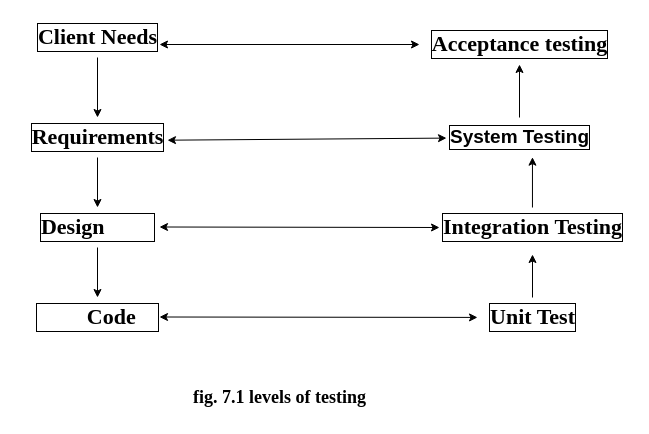
Above: fig7.1.drawio in bhatkt71/campus (draw.io), before the change. Source tidied: cells renumbered, new cells numbered last; positions are measured from the earlier drawing's top-left corner, leaving out a move shared by most shapes. Both pictures are drawn from the tidied source at 100%, with x=0, y=0 at pixel (17, 17).
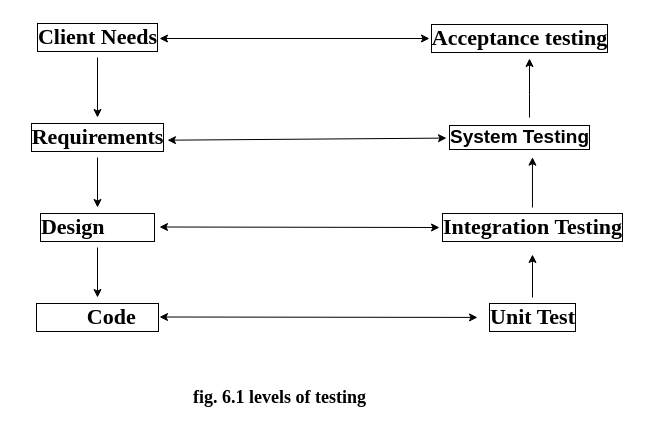
The same page after the edit.

The change refers to these unchanged cells:
```xml
<mxCell id="15" value="&lt;span style=&quot;font-size: 19px;&quot;&gt;&lt;font style=&quot;font-size: 19px;&quot;&gt;System Testing&lt;/font&gt;&lt;/span&gt;" style="text;html=1;align=center;verticalAlign=middle;points=[];strokeColor=none;fillColor=none;labelBorderColor=default;labelBackgroundColor=none;fontSize=19;fontStyle=1;" parent="1" vertex="1">
  <mxGeometry x="422" y="100" width="160" height="40" as="geometry" />
</mxCell>
```

What changed in the source:
```diff
@@
     <mxCell id="4" value="Acceptance testing" style="text;html=1;align=center;verticalAlign=middle;points=[];strokeColor=none;fillColor=none;fontStyle=1;fontFamily=Times New Roman;labelBorderColor=default;labelBackgroundColor=none;fontSize=22;" parent="1" vertex="1">
-      <mxGeometry x="402" y="7" width="200" height="40" as="geometry" />
+      <mxGeometry x="402" y="1" width="200" height="40" as="geometry" />
     </mxCell>
@@
     <mxCell id="14" style="edgeStyle=orthogonalEdgeStyle;rounded=0;jettySize=auto;html=1;" parent="1" edge="1" source="15" target="4">
-      <mxGeometry relative="1" as="geometry" />
+      <mxGeometry relative="1" as="geometry">
+        <Array as="points">
+          <mxPoint x="512" y="77" />
+          <mxPoint x="512" y="77" />
+        </Array>
+      </mxGeometry>
     </mxCell>
@@
-    <mxCell id="16" style="endArrow=classic;startArrow=classic;html=1;rounded=0;" parent="1" edge="1" target="4">
+    <mxCell id="16" style="endArrow=classic;startArrow=classic;html=1;rounded=0;" parent="1" edge="1">
       <mxGeometry relative="1" as="geometry">
-        <mxPoint x="142" y="27" as="sourcePoint" />
+        <mxPoint x="142" y="21" as="sourcePoint" />
+        <mxPoint x="412" y="21" as="targetPoint" />
       </mxGeometry>
     </mxCell>
@@
-    <mxCell id="20" value="&lt;font size=&quot;1&quot; face=&quot;Times New Roman&quot;&gt;&lt;b style=&quot;font-size: 18px;&quot;&gt;fig. 7.1 levels of testing&lt;/b&gt;&lt;/font&gt;" style="text;html=1;align=center;verticalAlign=middle;strokeColor=none;fillColor=none;" parent="1" vertex="1">
+    <mxCell id="20" value="&lt;font size=&quot;1&quot; face=&quot;Times New Roman&quot;&gt;&lt;b style=&quot;font-size: 18px;&quot;&gt;fig. 6.1 levels of testing&lt;/b&gt;&lt;/font&gt;" style="text;html=1;align=center;verticalAlign=middle;strokeColor=none;fillColor=none;" parent="1" vertex="1">
       <mxGeometry x="162" y="360" width="200" height="40" as="geometry" />
     </mxCell>
```
